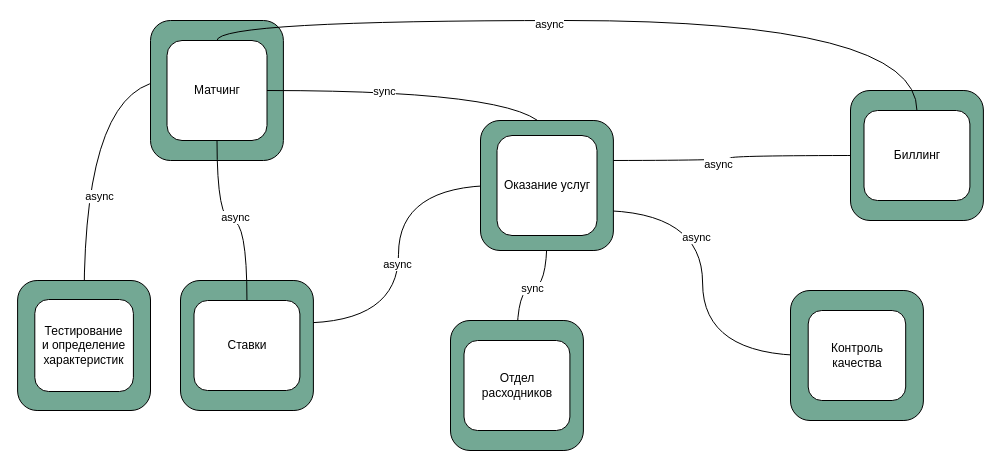
Before: 2/services.drawio in teddybear/system_analysis_course, a draw.io diagram. Source tidied: cells renumbered, new cells numbered last; positions are measured from the earlier drawing's top-left corner, leaving out a move shared by most shapes. Both pictures are drawn from the tidied source at 100%, with x=0, y=0 at pixel (17, 20).
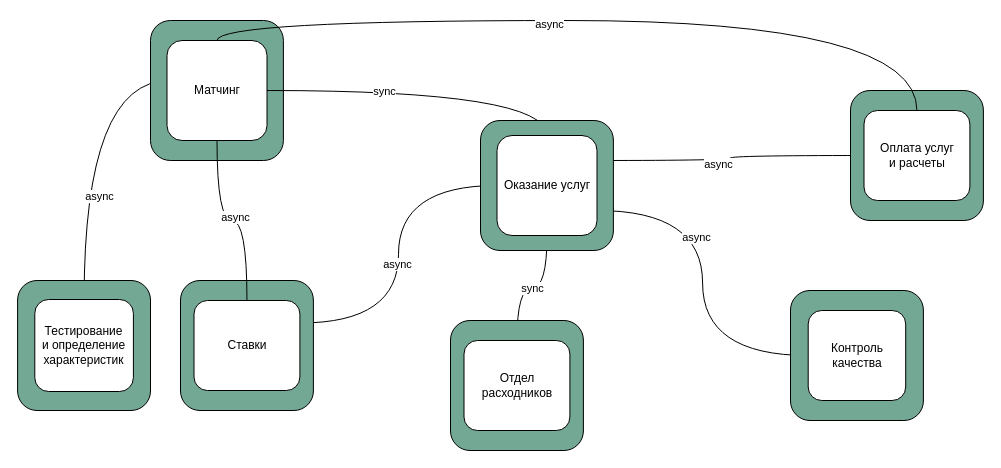
The same page after the edit.

Unchanged cells that the change refers to:
```xml
<mxCell id="26" style="group;" parent="1" vertex="1">
  <mxGeometry x="833" y="70" width="132.9" height="130" as="geometry" />
</mxCell>
```

What changed in the source:
```diff
@@
-    <mxCell id="28" value="Биллинг" style="rounded=1;whiteSpace=wrap;html=1;" parent="26" vertex="1">
+    <mxCell id="28" value="Оплата услуг&lt;br&gt;и расчеты" style="rounded=1;whiteSpace=wrap;html=1;" parent="26" vertex="1">
       <mxGeometry x="13.5" y="20" width="105.9" height="90" as="geometry" />
     </mxCell>
```
